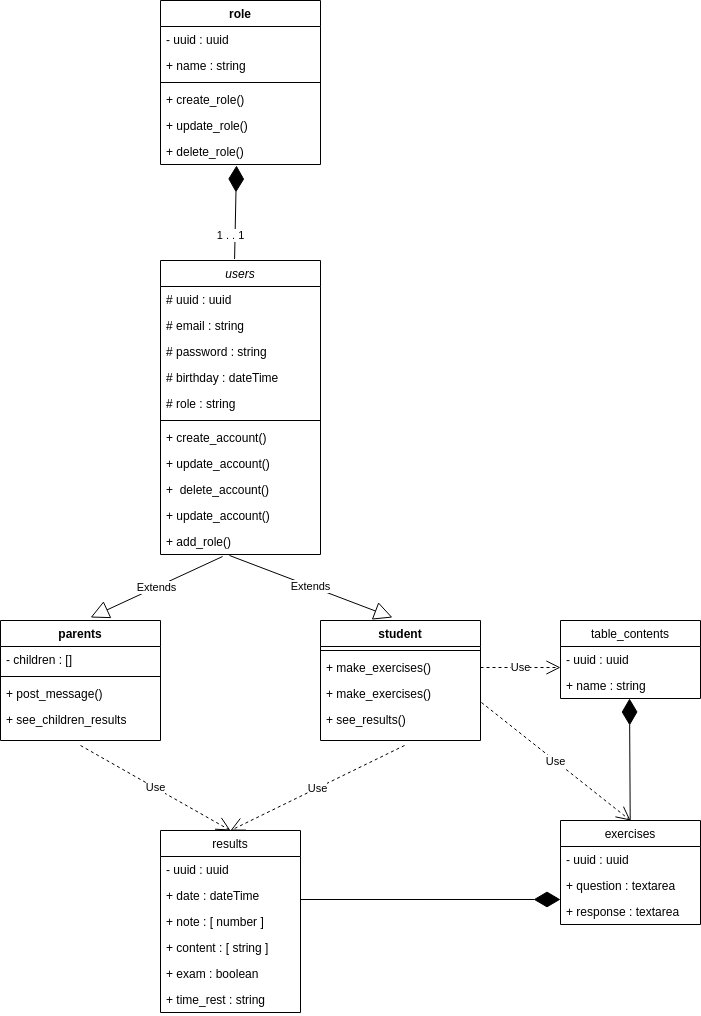
Earlier version of the draw.io export class.drawio.png (aerobi93/educ). Source tidied: cells renumbered, new cells last; positions are measured from the earlier drawing's top-left corner, leaving out a move shared by most shapes.
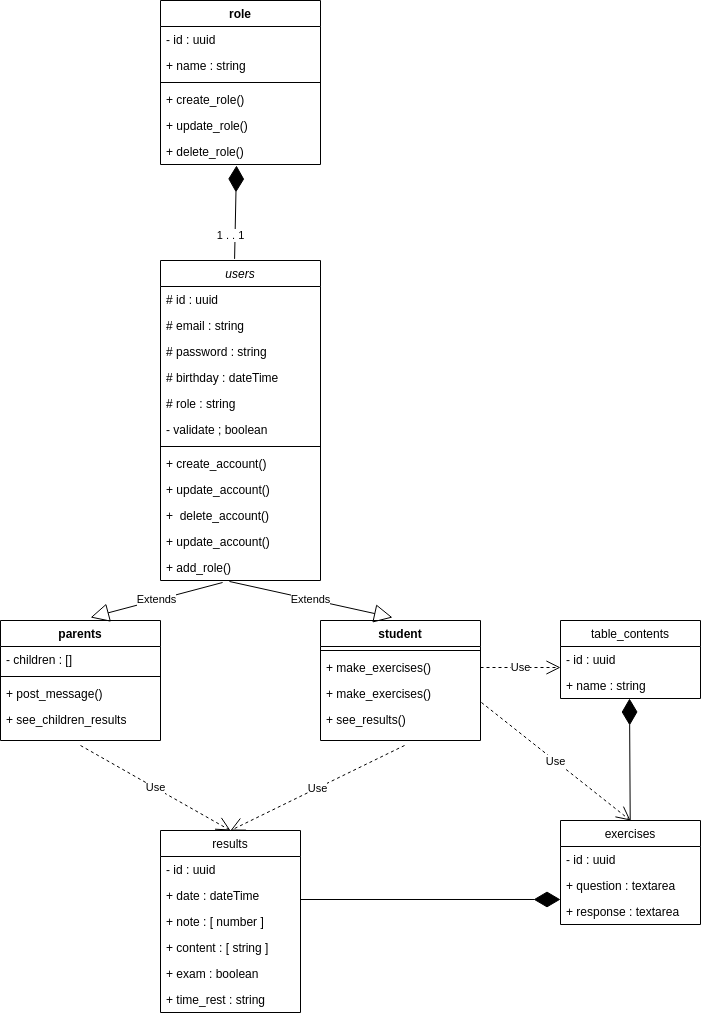
Above is the later version.

Change to the diagram source:
```diff
@@ -3,9 +3,9 @@
     <mxCell id="0" />
     <mxCell id="1" parent="0" />
     <mxCell id="2" value="users" style="swimlane;fontStyle=2;align=center;verticalAlign=top;horizontal=1;startSize=26;rounded=0;shadow=0;strokeWidth=1;" parent="1" vertex="1">
-      <mxGeometry x="160" y="260" width="160" height="294" as="geometry" />
+      <mxGeometry x="160" y="260" width="160" height="320" as="geometry" />
     </mxCell>
-    <mxCell id="3" value="# uuid : uuid" style="text;align=left;verticalAlign=top;spacingLeft=4;spacingRight=4;overflow=hidden;" parent="2" vertex="1">
+    <mxCell id="3" value="# id : uuid" style="text;align=left;verticalAlign=top;spacingLeft=4;spacingRight=4;overflow=hidden;" parent="2" vertex="1">
       <mxGeometry y="26" width="160" height="26" as="geometry" />
     </mxCell>
     <mxCell id="4" value="# email : string " style="text;align=left;verticalAlign=top;spacingLeft=4;spacingRight=4;overflow=hidden;rounded=0;shadow=0;html=0;" parent="2" vertex="1">
@@ -17,31 +17,34 @@
     <mxCell id="6" value="# birthday : dateTime" style="text;align=left;verticalAlign=top;spacingLeft=4;spacingRight=4;overflow=hidden;rounded=0;shadow=0;html=0;" parent="2" vertex="1">
       <mxGeometry y="104" width="160" height="26" as="geometry" />
     </mxCell>
+    <mxCell id="55" value="# role : string " style="text;align=left;verticalAlign=top;spacingLeft=4;spacingRight=4;overflow=hidden;rounded=0;shadow=0;html=0;" parent="2" vertex="1">
+      <mxGeometry y="130" width="160" height="26" as="geometry" />
+    </mxCell>
-    <mxCell id="7" value="# role : string " style="text;align=left;verticalAlign=top;spacingLeft=4;spacingRight=4;overflow=hidden;rounded=0;shadow=0;html=0;" parent="2" vertex="1">
-      <mxGeometry y="130" width="160" height="26" as="geometry" />
+    <mxCell id="7" value="- validate ; boolean " style="text;align=left;verticalAlign=top;spacingLeft=4;spacingRight=4;overflow=hidden;rounded=0;shadow=0;html=0;" parent="2" vertex="1">
+      <mxGeometry y="156" width="160" height="26" as="geometry" />
     </mxCell>
     <mxCell id="8" style="line;html=1;strokeWidth=1;align=left;verticalAlign=middle;spacingTop=-1;spacingLeft=3;spacingRight=3;labelPosition=right;" parent="2" vertex="1">
-      <mxGeometry y="156" width="160" height="8" as="geometry" />
+      <mxGeometry y="182" width="160" height="8" as="geometry" />
     </mxCell>
     <mxCell id="9" value="+ create_account()&#10;" style="text;align=left;verticalAlign=top;spacingLeft=4;spacingRight=4;overflow=hidden;" parent="2" vertex="1">
-      <mxGeometry y="164" width="160" height="26" as="geometry" />
+      <mxGeometry y="190" width="160" height="26" as="geometry" />
     </mxCell>
     <mxCell id="10" value="+ update_account() " style="text;align=left;verticalAlign=top;spacingLeft=4;spacingRight=4;overflow=hidden;rounded=0;shadow=0;html=0;" parent="2" vertex="1">
-      <mxGeometry y="190" width="160" height="26" as="geometry" />
+      <mxGeometry y="216" width="160" height="26" as="geometry" />
     </mxCell>
     <mxCell id="11" value="+  delete_account()" style="text;align=left;verticalAlign=top;spacingLeft=4;spacingRight=4;overflow=hidden;rounded=0;shadow=0;html=0;" parent="2" vertex="1">
-      <mxGeometry y="216" width="160" height="26" as="geometry" />
+      <mxGeometry y="242" width="160" height="26" as="geometry" />
     </mxCell>
     <mxCell id="12" value="+ update_account() " style="text;align=left;verticalAlign=top;spacingLeft=4;spacingRight=4;overflow=hidden;rounded=0;shadow=0;html=0;" parent="2" vertex="1">
-      <mxGeometry y="242" width="160" height="26" as="geometry" />
+      <mxGeometry y="268" width="160" height="26" as="geometry" />
     </mxCell>
     <mxCell id="13" value="+ add_role()" style="text;align=left;verticalAlign=top;spacingLeft=4;spacingRight=4;overflow=hidden;points=[[0,0.5],[1,0.5]];portConstraint=eastwest;rounded=0;shadow=0;html=0;" parent="2" vertex="1">
-      <mxGeometry y="268" width="160" height="26" as="geometry" />
+      <mxGeometry y="294" width="160" height="26" as="geometry" />
     </mxCell>
     <mxCell id="14" value="role" style="swimlane;fontStyle=1;align=center;verticalAlign=top;horizontal=1;startSize=26;" parent="1" vertex="1">
       <mxGeometry x="160" width="160" height="164" as="geometry" />
     </mxCell>
-    <mxCell id="15" value="- uuid : uuid" style="text;strokeColor=none;fillColor=none;align=left;verticalAlign=top;spacingLeft=4;spacingRight=4;overflow=hidden;" parent="14" vertex="1">
+    <mxCell id="15" value="- id : uuid" style="text;strokeColor=none;fillColor=none;align=left;verticalAlign=top;spacingLeft=4;spacingRight=4;overflow=hidden;" parent="14" vertex="1">
       <mxGeometry y="26" width="160" height="26" as="geometry" />
     </mxCell>
     <mxCell id="16" value="+ name : string" style="text;strokeColor=none;fillColor=none;align=left;verticalAlign=top;spacingLeft=4;spacingRight=4;overflow=hidden;" parent="14" vertex="1">
@@ -100,7 +103,7 @@
     <mxCell id="33" value="table_contents" style="swimlane;fontStyle=0;horizontal=1;startSize=26;fillColor=none;" parent="1" vertex="1">
       <mxGeometry x="560" y="620" width="140" height="78" as="geometry" />
     </mxCell>
-    <mxCell id="34" value="- uuid : uuid" style="text;strokeColor=none;fillColor=none;align=left;verticalAlign=top;spacingLeft=4;spacingRight=4;overflow=hidden;" parent="33" vertex="1">
+    <mxCell id="34" value="- id : uuid" style="text;strokeColor=none;fillColor=none;align=left;verticalAlign=top;spacingLeft=4;spacingRight=4;overflow=hidden;" parent="33" vertex="1">
       <mxGeometry y="26" width="140" height="26" as="geometry" />
     </mxCell>
     <mxCell id="35" value="+ name : string" style="text;strokeColor=none;fillColor=none;align=left;verticalAlign=top;spacingLeft=4;spacingRight=4;overflow=hidden;points=[[0,0.5],[1,0.5]];portConstraint=eastwest;" parent="33" vertex="1">
@@ -120,7 +123,7 @@
     <mxCell id="39" value="exercises" style="swimlane;fontStyle=0;horizontal=1;startSize=26;fillColor=none;" parent="1" vertex="1">
       <mxGeometry x="560" y="820" width="140" height="104" as="geometry" />
     </mxCell>
-    <mxCell id="40" value="- uuid : uuid" style="text;strokeColor=none;fillColor=none;align=left;verticalAlign=top;spacingLeft=4;spacingRight=4;overflow=hidden;" parent="39" vertex="1">
+    <mxCell id="40" value="- id : uuid" style="text;strokeColor=none;fillColor=none;align=left;verticalAlign=top;spacingLeft=4;spacingRight=4;overflow=hidden;" parent="39" vertex="1">
       <mxGeometry y="26" width="140" height="26" as="geometry" />
     </mxCell>
     <mxCell id="41" value="+ question : textarea" style="text;strokeColor=none;fillColor=none;align=left;verticalAlign=top;spacingLeft=4;spacingRight=4;overflow=hidden;points=[[0,0.5],[1,0.5]];portConstraint=eastwest;" parent="39" vertex="1">
@@ -138,7 +141,7 @@
     <mxCell id="45" value="results" style="swimlane;fontStyle=0;horizontal=1;startSize=26;fillColor=none;" parent="1" vertex="1">
       <mxGeometry x="160" y="830" width="140" height="182" as="geometry" />
     </mxCell>
-    <mxCell id="46" value="- uuid : uuid " style="text;strokeColor=none;fillColor=none;align=left;verticalAlign=top;spacingLeft=4;spacingRight=4;overflow=hidden;" parent="45" vertex="1">
+    <mxCell id="46" value="- id : uuid " style="text;strokeColor=none;fillColor=none;align=left;verticalAlign=top;spacingLeft=4;spacingRight=4;overflow=hidden;" parent="45" vertex="1">
       <mxGeometry y="26" width="140" height="26" as="geometry" />
     </mxCell>
     <mxCell id="47" value="+ date : dateTime" style="text;strokeColor=none;fillColor=none;align=left;verticalAlign=top;spacingLeft=4;spacingRight=4;overflow=hidden;" parent="45" vertex="1">
```
